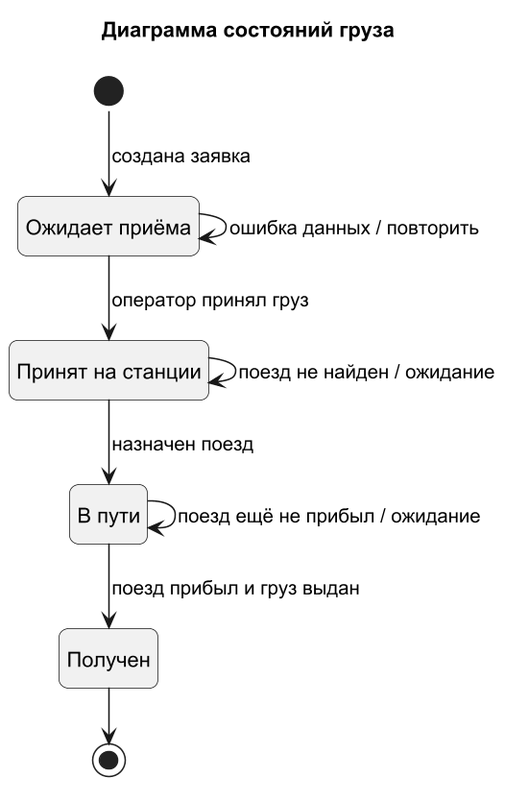
The PlantUML diagram uml/state-diagram/Состояния_груза.png in Gu4rDe/railway, before a commit. The source it was exported from:
```plantuml
@startuml
!pragma layout smetana
title Диаграмма состояний груза
skinparam shadowing false
skinparam dpi 150
skinparam roundcorner 12
hide empty description

state "Ожидает приёма" as Awaiting
state "Принят на станции" as Accepted
state "В пути" as InTransit
state "Получен" as Collected

[*] --> Awaiting : создана заявка
Awaiting --> Accepted : оператор принял груз
Awaiting --> Awaiting : ошибка данных / повторить
Accepted --> InTransit : назначен поезд
Accepted --> Accepted : поезд не найден / ожидание
InTransit --> Collected : поезд прибыл и груз выдан
InTransit --> InTransit : поезд ещё не прибыл / ожидание
Collected --> [*]
@enduml
```
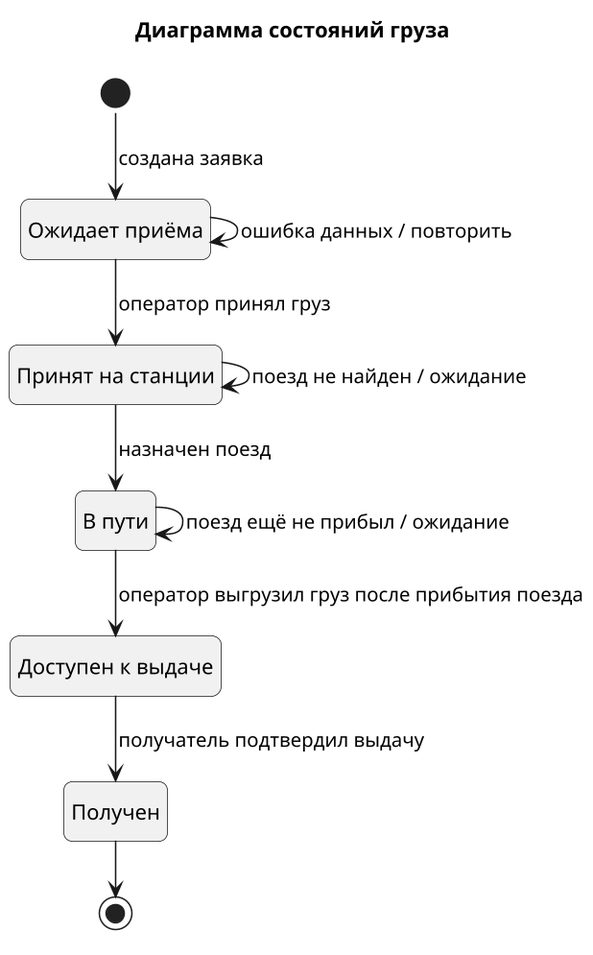
After the change.

Diff of the diagram source:
```diff
@@ -9,6 +9,7 @@
 state "Ожидает приёма" as Awaiting
 state "Принят на станции" as Accepted
 state "В пути" as InTransit
+state "Доступен к выдаче" as Available
 state "Получен" as Collected
 
 [*] --> Awaiting : создана заявка
@@ -16,7 +17,8 @@
 Awaiting --> Awaiting : ошибка данных / повторить
 Accepted --> InTransit : назначен поезд
 Accepted --> Accepted : поезд не найден / ожидание
-InTransit --> Collected : поезд прибыл и груз выдан
+InTransit --> Available : оператор выгрузил груз после прибытия поезда
 InTransit --> InTransit : поезд ещё не прибыл / ожидание
+Available --> Collected : получатель подтвердил выдачу
 Collected --> [*]
 @enduml
```
